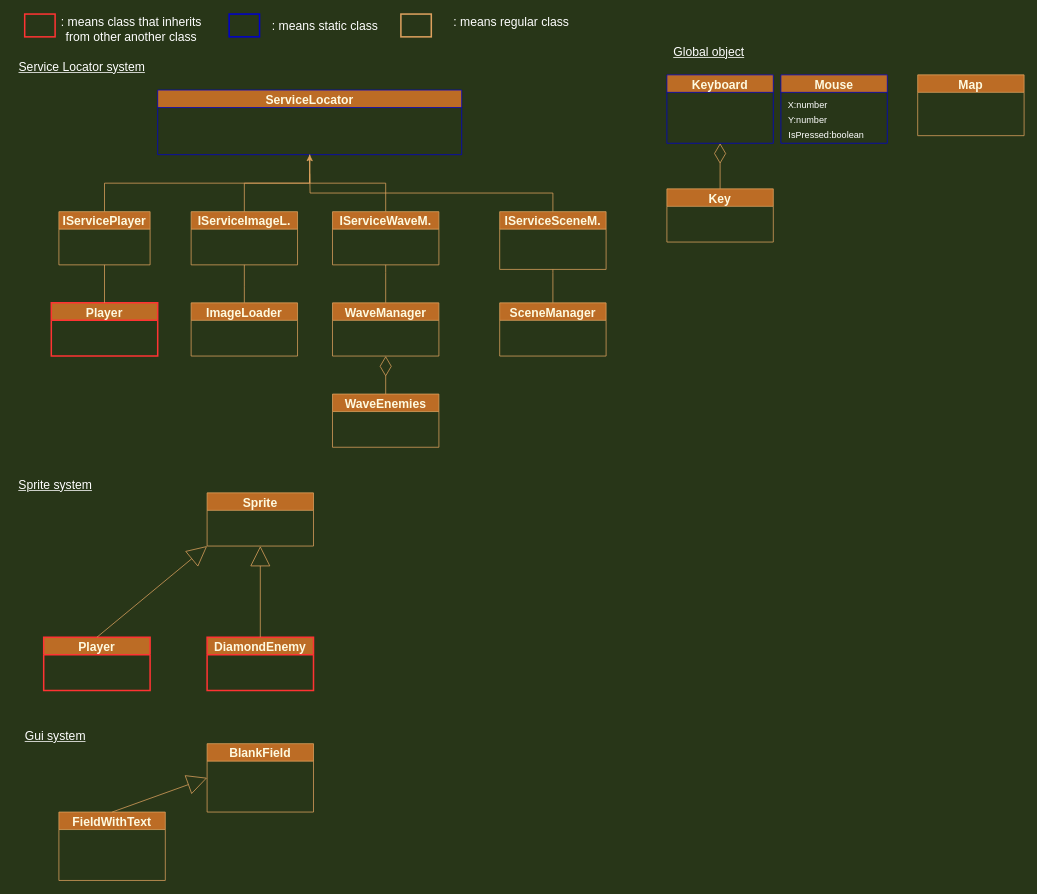
Above: flow_chart/Uml.drawio in MounirAia/Web-Shoot-em-up (draw.io), before the change. Source tidied: cells renumbered, new cells numbered last; positions are measured from the earlier drawing's top-left corner, leaving out a move shared by most shapes. Both pictures are drawn from the tidied source at 76%, with x=0, y=0 at pixel (13, 14).
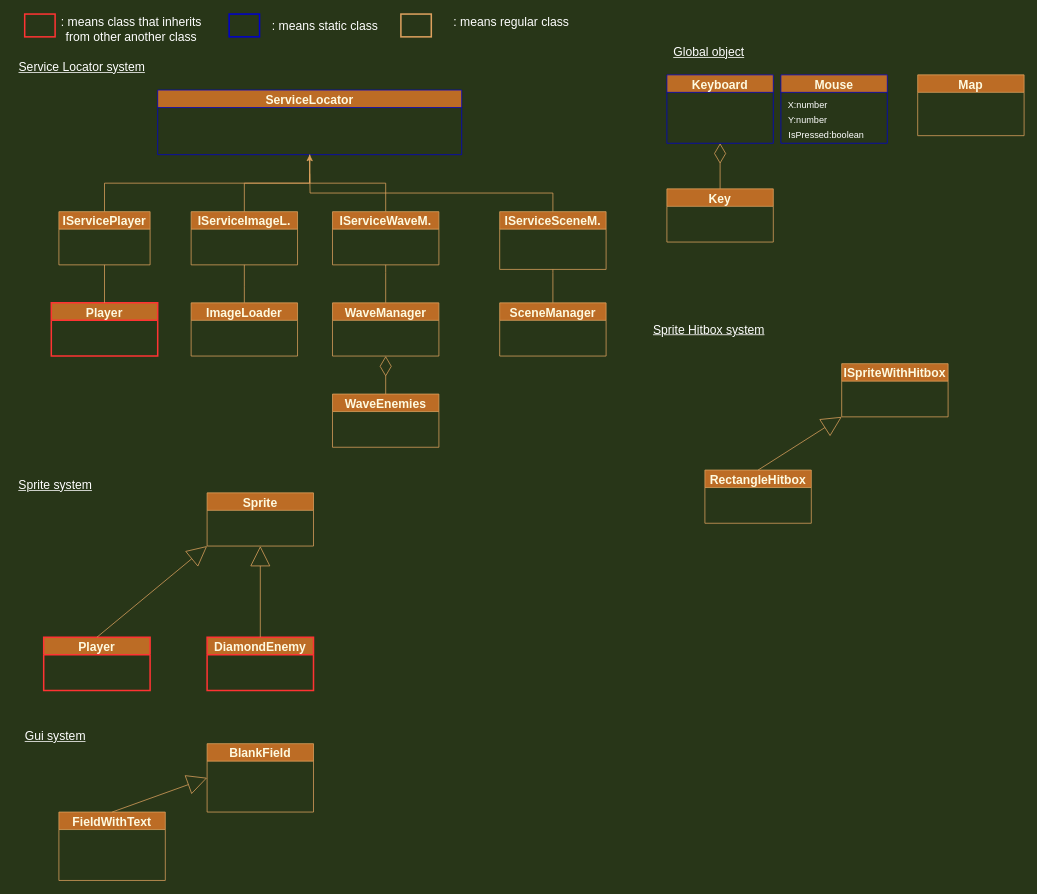
The same diagram, later.

The edit, as a diff of the source:
```diff
@@
+    <mxCell id="47" value="ISpriteWithHitbox" style="swimlane;fontSize=16;fillColor=#BC6C25;strokeColor=#DDA15E;fontColor=#FEFAE0;strokeWidth=1;" parent="1" vertex="1">
+      <mxGeometry x="1090" y="460" width="140" height="70" as="geometry" />
+    </mxCell>
+    <mxCell id="48" value="&lt;u&gt;Sprite Hitbox system&lt;br&gt;&lt;/u&gt;" style="text;html=1;align=center;verticalAlign=middle;strokeColor=none;fillColor=none;fontSize=16;fontColor=#FFFFFF;" parent="1" vertex="1">
+      <mxGeometry x="835" y="405" width="160" height="20" as="geometry" />
+    </mxCell>
+    <mxCell id="49" value="RectangleHitbox" style="swimlane;fontSize=16;fillColor=#BC6C25;strokeColor=#DDA15E;fontColor=#FEFAE0;strokeWidth=1;" parent="1" vertex="1">
+      <mxGeometry x="910" y="600" width="140" height="70" as="geometry" />
+    </mxCell>
+    <mxCell id="50" style="endArrow=block;endFill=0;endSize=24;html=1;rounded=0;entryX=0;entryY=1;entryDx=0;entryDy=0;labelBackgroundColor=#283618;strokeColor=#DDA15E;fontColor=#FEFAE0;exitX=0.5;exitY=0;exitDx=0;exitDy=0;" parent="1" edge="1" source="49" target="47">
+      <mxGeometry relative="1" as="geometry" />
+    </mxCell>
```
